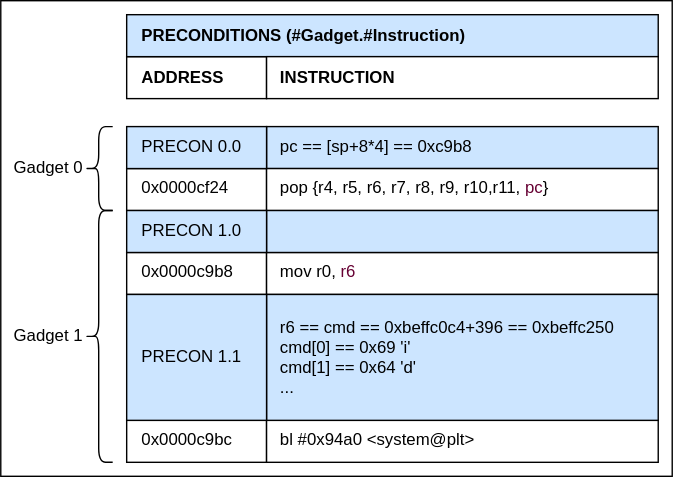
Before: images/ROP_Chain.svg, a diagram exported from draw.io (cyber-defence-campus/netgear_r6700v3_circled). Source tidied: cells renumbered, new cells last; positions are measured from the earlier drawing's top-left corner, leaving out a move shared by most shapes.
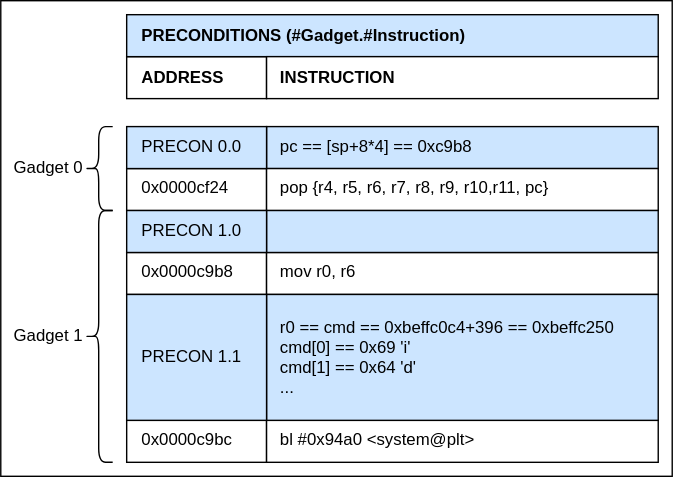
The same diagram one commit later.

Commit message:
Update section Exploit Strategy

Diff of the diagram source:
```diff
@@ -32,10 +32,10 @@
     <mxCell id="11" value="pc == [sp+8*4] == 0xc9b8" style="rounded=0;whiteSpace=wrap;html=1;verticalAlign=middle;align=left;spacingLeft=8;spacingRight=8;fillColor=#CCE5FF;" parent="1" vertex="1">
       <mxGeometry x="190" y="90" width="280" height="30" as="geometry" />
     </mxCell>
-    <mxCell id="12" value="pop {r4, r5, r6, r7, r8, r9, r10,r11, &lt;font color=&quot;#660033&quot;&gt;pc&lt;/font&gt;}" style="rounded=0;whiteSpace=wrap;html=1;verticalAlign=top;align=left;spacingLeft=8;spacingRight=8;fontColor=#000000;" parent="1" vertex="1">
+    <mxCell id="12" value="pop {r4, r5, r6, r7, r8, r9, r10,r11, pc}" style="rounded=0;whiteSpace=wrap;html=1;verticalAlign=top;align=left;spacingLeft=8;spacingRight=8;fontColor=#000000;" parent="1" vertex="1">
       <mxGeometry x="190" y="120" width="280" height="30" as="geometry" />
     </mxCell>
-    <mxCell id="13" value="mov r0, &lt;font color=&quot;#660033&quot;&gt;r6&lt;/font&gt;" style="rounded=0;whiteSpace=wrap;html=1;verticalAlign=top;align=left;spacingLeft=8;spacingRight=8;fontColor=#000000;" parent="1" vertex="1">
+    <mxCell id="13" value="mov r0, r6" style="rounded=0;whiteSpace=wrap;html=1;verticalAlign=top;align=left;spacingLeft=8;spacingRight=8;fontColor=#000000;" parent="1" vertex="1">
       <mxGeometry x="190" y="180" width="280" height="30" as="geometry" />
     </mxCell>
     <mxCell id="14" value="bl #0x94a0 &amp;lt;system@plt&amp;gt;" style="rounded=0;whiteSpace=wrap;html=1;verticalAlign=top;align=left;spacingLeft=8;spacingRight=8;fontColor=#000000;" parent="1" vertex="1">
@@ -47,7 +47,7 @@
     <mxCell id="16" value="PRECON 0.0" style="rounded=0;whiteSpace=wrap;html=1;verticalAlign=middle;align=left;spacingLeft=9;spacingRight=8;fillColor=#CCE5FF;" parent="1" vertex="1">
       <mxGeometry x="90" y="90" width="100" height="30" as="geometry" />
     </mxCell>
-    <mxCell id="17" value="r6 == cmd == 0xbeffc0c4+396 == 0xbeffc250&lt;br&gt;cmd[0] == 0x69 'i'&lt;br&gt;cmd[1] == 0x64 'd'&lt;br&gt;..." style="rounded=0;whiteSpace=wrap;html=1;verticalAlign=middle;align=left;spacingLeft=8;spacingRight=8;fillColor=#CCE5FF;" parent="1" vertex="1">
+    <mxCell id="17" value="r0 == cmd == 0xbeffc0c4+396 == 0xbeffc250&lt;br&gt;cmd[0] == 0x69 'i'&lt;br&gt;cmd[1] == 0x64 'd'&lt;br&gt;..." style="rounded=0;whiteSpace=wrap;html=1;verticalAlign=middle;align=left;spacingLeft=8;spacingRight=8;fillColor=#CCE5FF;" parent="1" vertex="1">
       <mxGeometry x="190" y="210" width="280" height="90" as="geometry" />
     </mxCell>
     <mxCell id="18" value="PRECON 1.1" style="rounded=0;whiteSpace=wrap;html=1;verticalAlign=middle;align=left;spacingLeft=9;spacingRight=8;fillColor=#CCE5FF;" parent="1" vertex="1">
```
